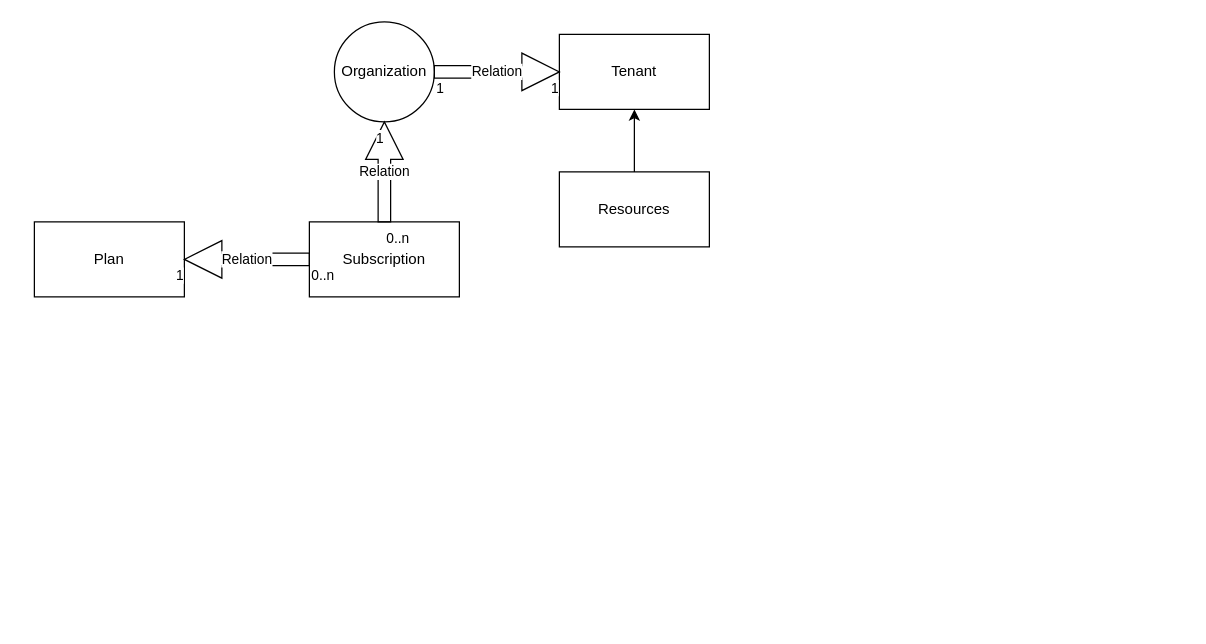
Earlier version of the draw.io diagram design/TenantCatalog-Database Design.drawio (etammam/multi-tenant-advance). Source tidied: cells renumbered, new cells numbered last; positions are measured from the earlier drawing's top-left corner, leaving out a move shared by most shapes. Both pictures are drawn from the tidied source at 125%, with x=0, y=0 at pixel (34, 21).
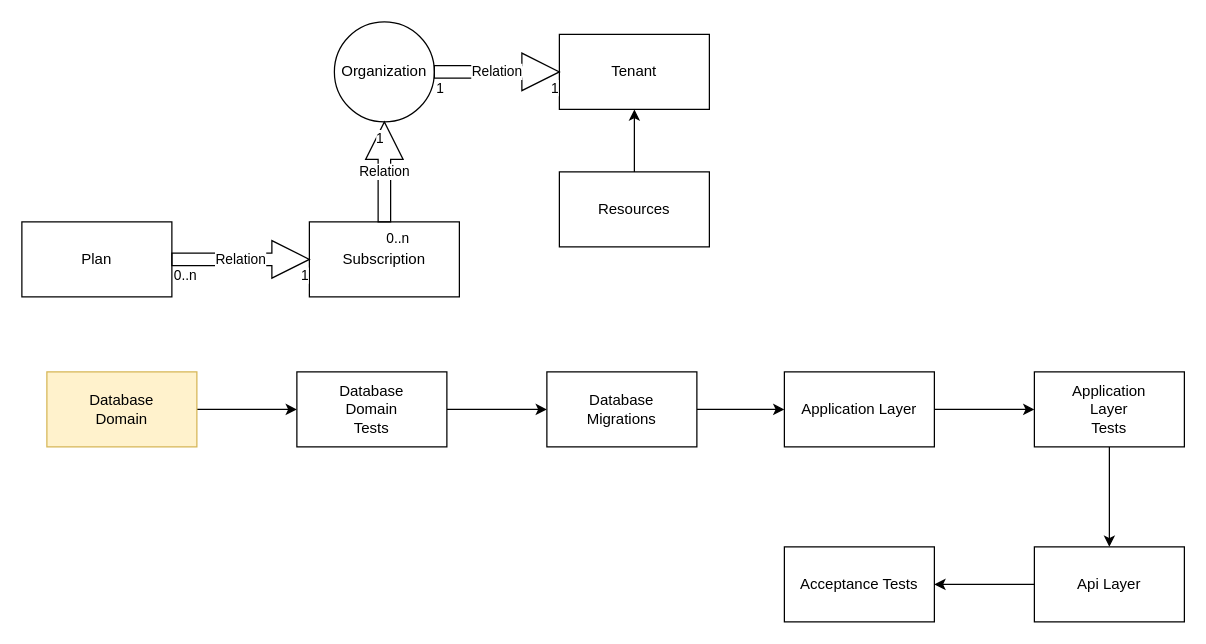
Above is the later version.

Unchanged cells that the change refers to:
```xml
<mxCell id="3" value="Plan" style="rounded=0;whiteSpace=wrap;html=1;" parent="2" vertex="1">
  <mxGeometry width="120" height="60" as="geometry" />
</mxCell>
```

What changed in the source:
```diff
@@
     <mxCell id="2" style="group;" parent="1" vertex="1">
-      <mxGeometry y="160" width="360" height="60" as="geometry" />
+      <mxGeometry x="-10" y="160" width="360" height="60" as="geometry" />
     </mxCell>
@@
     <mxCell id="4" value="Subscription" style="rounded=0;whiteSpace=wrap;html=1;" parent="2" vertex="1">
-      <mxGeometry x="220" width="120" height="60" as="geometry" />
+      <mxGeometry x="230" width="120" height="60" as="geometry" />
     </mxCell>
-    <mxCell id="5" value="Relation" style="endArrow=open;html=1;endSize=12;startArrow=diamondThin;startSize=14;startFill=0;edgeStyle=orthogonalEdgeStyle;rounded=0;shape=arrow;exitX=0;exitY=0.5;exitDx=0;exitDy=0;entryX=1;entryY=0.5;entryDx=0;entryDy=0;" parent="2" edge="1" source="4" target="3">
+    <mxCell id="5" value="Relation" style="endArrow=open;html=1;endSize=12;startArrow=diamondThin;startSize=14;startFill=0;edgeStyle=orthogonalEdgeStyle;rounded=0;shape=arrow;exitX=1;exitY=0.5;exitDx=0;exitDy=0;entryX=0;entryY=0.5;entryDx=0;entryDy=0;" parent="2" edge="1" source="3" target="4">
       <mxGeometry relative="1" as="geometry" />
     </mxCell>
@@
+    <mxCell id="19" style="edgeStyle=orthogonalEdgeStyle;rounded=0;jettySize=auto;html=1;" parent="1" edge="1" source="20" target="22">
+      <mxGeometry relative="1" as="geometry" />
+    </mxCell>
+    <mxCell id="20" value="Database&lt;br&gt;Domain" style="rounded=0;whiteSpace=wrap;html=1;fillColor=#fff2cc;strokeColor=#d6b656;" parent="1" vertex="1">
+      <mxGeometry x="10" y="280" width="120" height="60" as="geometry" />
+    </mxCell>
+    <mxCell id="21" style="edgeStyle=orthogonalEdgeStyle;rounded=0;jettySize=auto;html=1;" parent="1" edge="1" source="22" target="24">
+      <mxGeometry relative="1" as="geometry" />
+    </mxCell>
+    <mxCell id="22" value="Database&lt;br&gt;Domain&lt;br&gt;Tests" style="rounded=0;whiteSpace=wrap;html=1;" parent="1" vertex="1">
+      <mxGeometry x="210" y="280" width="120" height="60" as="geometry" />
+    </mxCell>
+    <mxCell id="23" style="edgeStyle=orthogonalEdgeStyle;rounded=0;jettySize=auto;html=1;entryX=0;entryY=0.5;entryDx=0;entryDy=0;" parent="1" edge="1" source="24" target="26">
+      <mxGeometry relative="1" as="geometry" />
+    </mxCell>
+    <mxCell id="24" value="Database&lt;br&gt;Migrations" style="rounded=0;whiteSpace=wrap;html=1;" parent="1" vertex="1">
+      <mxGeometry x="410" y="280" width="120" height="60" as="geometry" />
+    </mxCell>
+    <mxCell id="25" style="edgeStyle=orthogonalEdgeStyle;rounded=0;jettySize=auto;html=1;" parent="1" edge="1" source="26" target="28">
+      <mxGeometry relative="1" as="geometry" />
+    </mxCell>
+    <mxCell id="26" value="Application Layer" style="rounded=0;whiteSpace=wrap;html=1;" parent="1" vertex="1">
+      <mxGeometry x="600" y="280" width="120" height="60" as="geometry" />
+    </mxCell>
+    <mxCell id="27" style="edgeStyle=orthogonalEdgeStyle;rounded=0;jettySize=auto;html=1;" parent="1" edge="1" source="28" target="30">
+      <mxGeometry relative="1" as="geometry" />
+    </mxCell>
+    <mxCell id="28" value="Application&lt;br&gt;Layer&lt;br&gt;Tests" style="rounded=0;whiteSpace=wrap;html=1;" parent="1" vertex="1">
+      <mxGeometry x="800" y="280" width="120" height="60" as="geometry" />
+    </mxCell>
+    <mxCell id="29" style="edgeStyle=orthogonalEdgeStyle;rounded=0;jettySize=auto;html=1;" parent="1" edge="1" source="30" target="31">
+      <mxGeometry relative="1" as="geometry" />
+    </mxCell>
+    <mxCell id="30" value="Api Layer" style="rounded=0;whiteSpace=wrap;html=1;" parent="1" vertex="1">
+      <mxGeometry x="800" y="420" width="120" height="60" as="geometry" />
+    </mxCell>
+    <mxCell id="31" value="Acceptance Tests" style="rounded=0;whiteSpace=wrap;html=1;" parent="1" vertex="1">
+      <mxGeometry x="600" y="420" width="120" height="60" as="geometry" />
+    </mxCell>
```
